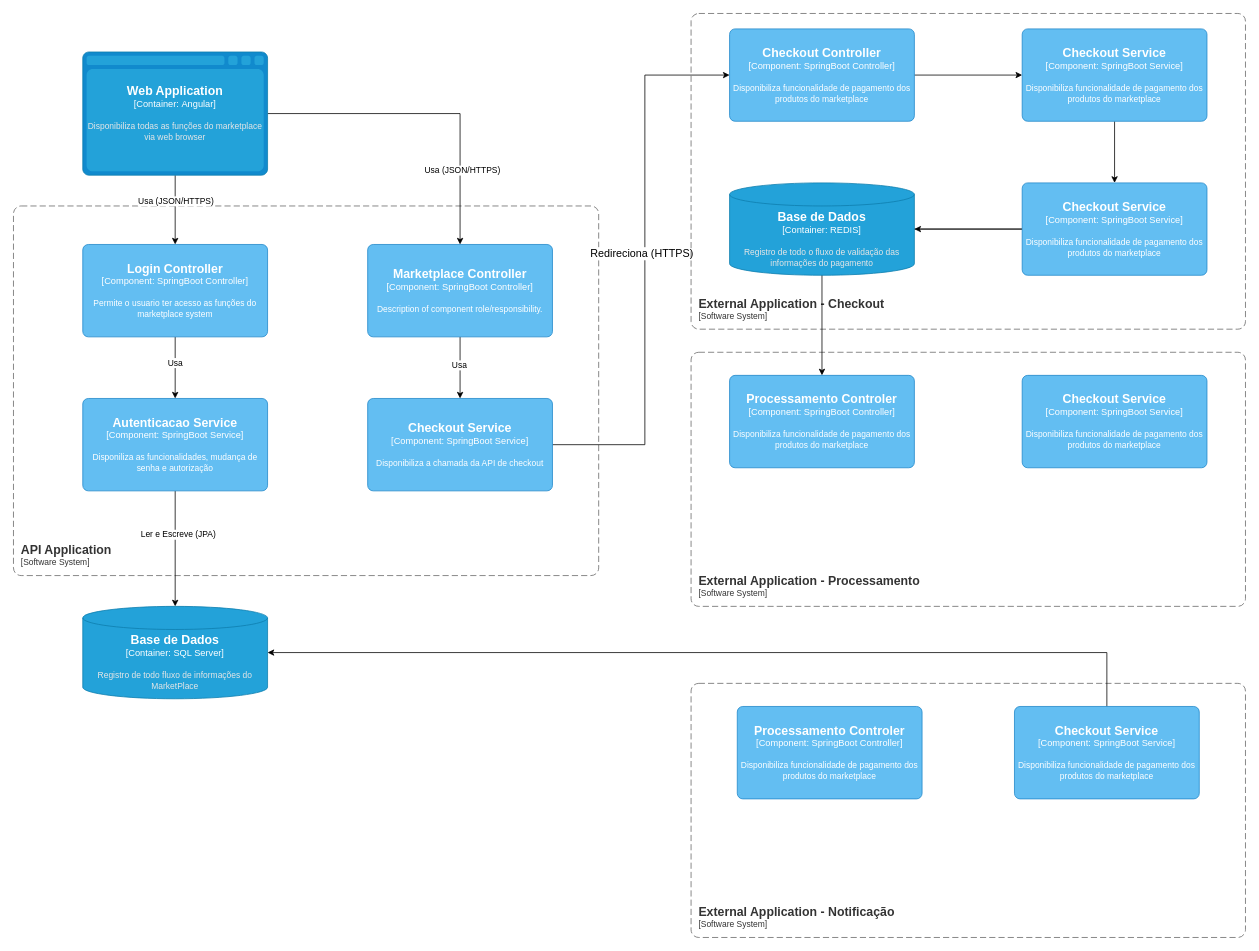
Before: page "Diagrama de Componentes" (3 of 3) of Modelo C4 - Arch.drawio in JohnPitter/desafio-desenvolvedor, a draw.io diagram. Source tidied: cells renumbered, new cells numbered last; positions are measured from the earlier drawing's top-left corner, leaving out a move shared by most shapes. Both pictures are drawn from the tidied source at 77%, with x=0, y=0 at pixel (13, 13).
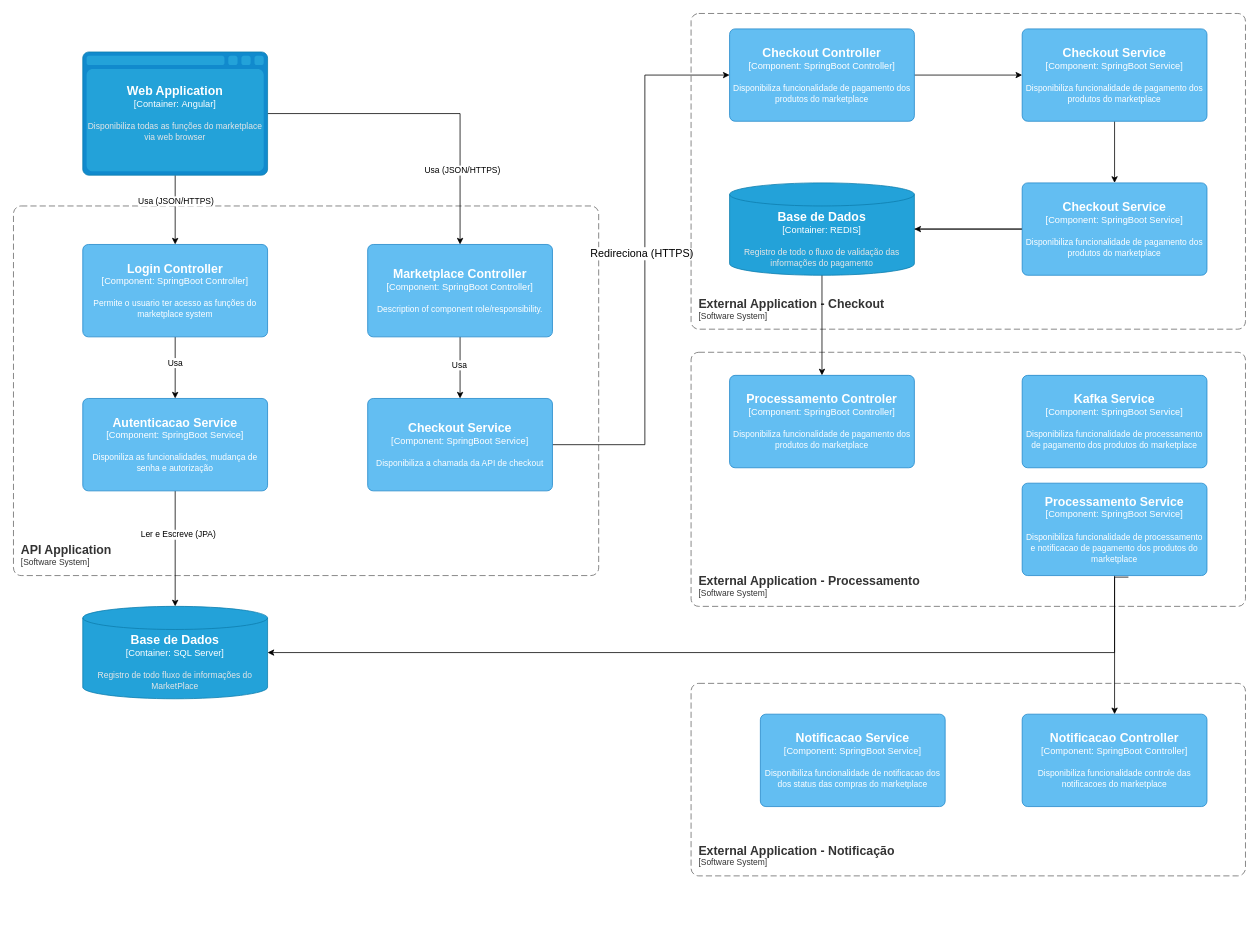
The same diagram, later.

Unchanged cells that the change refers to:
```xml
<object id="20" label="&lt;font style=&quot;font-size: 16px&quot;&gt;&lt;b&gt;%c4Type%&lt;/b&gt;&lt;/font&gt;&lt;div&gt;[%c4Container%:&amp;nbsp;%c4Technology%]&lt;/div&gt;&lt;br&gt;&lt;div&gt;&lt;font style=&quot;font-size: 11px&quot;&gt;&lt;font color=&quot;#E6E6E6&quot;&gt;%c4Description%&lt;/font&gt;&lt;/div&gt;" c4Container="Container" c4Description="Registro de todo fluxo de informações do MarketPlace" c4Technology="SQL Server" c4Type="Base de Dados" placeholders="1">
  <mxCell style="shape=cylinder3;size=15;whiteSpace=wrap;html=1;boundedLbl=1;rounded=0;labelBackgroundColor=none;fillColor=#23A2D9;fontSize=12;fontColor=#ffffff;align=center;strokeColor=#0E7DAD;points=[[0.5,0,0],[1,0.25,0],[1,0.5,0],[1,0.75,0],[0.5,1,0],[0,0.75,0],[0,0.5,0],[0,0.25,0]];" parent="1" vertex="1">
    <mxGeometry x="90" y="770" width="240" height="120" as="geometry" />
  </mxCell>
</object>
```

The edit, as a diff of the source:
```diff
@@
     <object id="25" label="&lt;font style=&quot;font-size: 16px&quot;&gt;&lt;b&gt;&lt;div style=&quot;text-align: left&quot;&gt;%c4Name%&lt;/div&gt;&lt;/b&gt;&lt;/font&gt;&lt;div style=&quot;text-align: left&quot;&gt;[%c4Application%]&lt;/div&gt;" c4Application="Software System" c4Name="External Application - Notificação" placeholders="1">
       <mxCell style="rounded=1;fontSize=11;whiteSpace=wrap;html=1;dashed=1;arcSize=20;fillColor=none;strokeColor=#666666;fontColor=#333333;labelBackgroundColor=none;align=left;verticalAlign=bottom;labelBorderColor=none;spacingTop=0;spacing=10;dashPattern=8 4;perimeter=rectanglePerimeter;noLabel=0;labelPadding=0;absoluteArcSize=1;" parent="1" vertex="1">
-        <mxGeometry x="880" y="870" width="720" height="330" as="geometry" />
+        <mxGeometry x="880" y="870" width="720" height="250" as="geometry" />
       </mxCell>
     </object>
@@
-    <object id="33" label="&lt;font style=&quot;font-size: 16px&quot;&gt;&lt;b&gt;%c4Name%&lt;/b&gt;&lt;/font&gt;&lt;div&gt;[%c4Type%: %c4Technology%]&lt;/div&gt;&lt;br&gt;&lt;div&gt;&lt;font style=&quot;font-size: 11px&quot;&gt;%c4Description%&lt;/font&gt;&lt;/div&gt;" c4Description="Disponibiliza funcionalidade de pagamento dos produtos do marketplace" c4Name="Checkout Service" c4Technology="SpringBoot Service" c4Type="Component" placeholders="1">
+    <object id="33" label="&lt;font style=&quot;font-size: 16px&quot;&gt;&lt;b&gt;%c4Name%&lt;/b&gt;&lt;/font&gt;&lt;div&gt;[%c4Type%: %c4Technology%]&lt;/div&gt;&lt;br&gt;&lt;div&gt;&lt;font style=&quot;font-size: 11px&quot;&gt;%c4Description%&lt;/font&gt;&lt;/div&gt;" c4Description="Disponibiliza funcionalidade de processamento de pagamento dos produtos do marketplace" c4Name="Kafka Service" c4Technology="SpringBoot Service" c4Type="Component" placeholders="1">
       <mxCell style="rounded=1;whiteSpace=wrap;html=1;labelBackgroundColor=none;fillColor=#63BEF2;fontColor=#ffffff;align=center;arcSize=6;strokeColor=#2086C9;" parent="1" vertex="1">
         <mxGeometry x="1310" y="470" width="240" height="120" as="geometry" />
       </mxCell>
     </object>
-    <object id="34" label="&lt;font style=&quot;font-size: 16px&quot;&gt;&lt;b&gt;%c4Name%&lt;/b&gt;&lt;/font&gt;&lt;div&gt;[%c4Type%: %c4Technology%]&lt;/div&gt;&lt;br&gt;&lt;div&gt;&lt;font style=&quot;font-size: 11px&quot;&gt;%c4Description%&lt;/font&gt;&lt;/div&gt;" c4Description="Disponibiliza funcionalidade de pagamento dos produtos do marketplace" c4Name="Processamento Controler" c4Technology="SpringBoot Controller" c4Type="Component" placeholders="1">
+    <object id="34" label="&lt;font style=&quot;font-size: 16px&quot;&gt;&lt;b&gt;%c4Name%&lt;/b&gt;&lt;/font&gt;&lt;div&gt;[%c4Type%: %c4Technology%]&lt;/div&gt;&lt;br&gt;&lt;div&gt;&lt;font style=&quot;font-size: 11px&quot;&gt;%c4Description%&lt;/font&gt;&lt;/div&gt;" c4Description="Disponibiliza funcionalidade controle das notificacoes do marketplace" c4Name="Notificacao Controller" c4Technology="SpringBoot Controller" c4Type="Component" placeholders="1">
       <mxCell style="rounded=1;whiteSpace=wrap;html=1;labelBackgroundColor=none;fillColor=#63BEF2;fontColor=#ffffff;align=center;arcSize=6;strokeColor=#2086C9;points=[[0.25,0,0],[0.5,0,0],[0.75,0,0],[1,0.25,0],[1,0.5,0],[1,0.75,0],[0.75,1,0],[0.5,1,0],[0.25,1,0],[0,0.75,0],[0,0.5,0],[0,0.25,0]];" parent="1" vertex="1">
-        <mxGeometry x="940" y="900" width="240" height="120" as="geometry" />
+        <mxGeometry x="1310" y="910" width="240" height="120" as="geometry" />
       </mxCell>
     </object>
-    <mxCell id="35" style="edgeStyle=orthogonalEdgeStyle;rounded=0;jettySize=auto;html=1;" parent="1" edge="1" source="36" target="20">
-      <mxGeometry relative="1" as="geometry">
-        <Array as="points">
-          <mxPoint x="1420" y="830" />
-        </Array>
-      </mxGeometry>
-    </mxCell>
-    <object id="36" label="&lt;font style=&quot;font-size: 16px&quot;&gt;&lt;b&gt;%c4Name%&lt;/b&gt;&lt;/font&gt;&lt;div&gt;[%c4Type%: %c4Technology%]&lt;/div&gt;&lt;br&gt;&lt;div&gt;&lt;font style=&quot;font-size: 11px&quot;&gt;%c4Description%&lt;/font&gt;&lt;/div&gt;" c4Description="Disponibiliza funcionalidade de pagamento dos produtos do marketplace" c4Name="Checkout Service" c4Technology="SpringBoot Service" c4Type="Component" placeholders="1">
+    <object id="36" label="&lt;font style=&quot;font-size: 16px&quot;&gt;&lt;b&gt;%c4Name%&lt;/b&gt;&lt;/font&gt;&lt;div&gt;[%c4Type%: %c4Technology%]&lt;/div&gt;&lt;br&gt;&lt;div&gt;&lt;font style=&quot;font-size: 11px&quot;&gt;%c4Description%&lt;/font&gt;&lt;/div&gt;" c4Description="Disponibiliza funcionalidade de notificacao dos dos status das compras do marketplace" c4Name="Notificacao Service" c4Technology="SpringBoot Service" c4Type="Component" placeholders="1">
       <mxCell style="rounded=1;whiteSpace=wrap;html=1;labelBackgroundColor=none;fillColor=#63BEF2;fontColor=#ffffff;align=center;arcSize=6;strokeColor=#2086C9;points=[[0.25,0,0],[0.5,0,0],[0.75,0,0],[1,0.25,0],[1,0.5,0],[1,0.75,0],[0.75,1,0],[0.5,1,0],[0.25,1,0],[0,0.75,0],[0,0.5,0],[0,0.25,0]];" parent="1" vertex="1">
-        <mxGeometry x="1300" y="900" width="240" height="120" as="geometry" />
+        <mxGeometry x="970" y="910" width="240" height="120" as="geometry" />
       </mxCell>
     </object>
+    <mxCell id="37" style="edgeStyle=orthogonalEdgeStyle;rounded=0;jettySize=auto;html=1;" parent="1" edge="1" source="38" target="34">
+      <mxGeometry relative="1" as="geometry" />
+    </mxCell>
+    <object id="38" label="&lt;font style=&quot;font-size: 16px&quot;&gt;&lt;b&gt;%c4Name%&lt;/b&gt;&lt;/font&gt;&lt;div&gt;[%c4Type%: %c4Technology%]&lt;/div&gt;&lt;br&gt;&lt;div&gt;&lt;font style=&quot;font-size: 11px&quot;&gt;%c4Description%&lt;/font&gt;&lt;/div&gt;" c4Description="Disponibiliza funcionalidade de processamento e notificacao de pagamento dos produtos do marketplace" c4Name="Processamento Service" c4Technology="SpringBoot Service" c4Type="Component" placeholders="1">
+      <mxCell style="rounded=1;whiteSpace=wrap;html=1;labelBackgroundColor=none;fillColor=#63BEF2;fontColor=#ffffff;align=center;arcSize=6;strokeColor=#2086C9;points=[[0.25,0,0],[0.5,0,0],[0.75,0,0],[1,0.25,0],[1,0.5,0],[1,0.75,0],[0.75,1,0],[0.5,1,0],[0.25,1,0],[0,0.75,0],[0,0.5,0],[0,0.25,0]];" parent="1" vertex="1">
+        <mxGeometry x="1310" y="610" width="240" height="120" as="geometry" />
+      </mxCell>
+    </object>
+    <mxCell id="39" style="edgeStyle=orthogonalEdgeStyle;rounded=0;jettySize=auto;html=1;exitX=0.5;exitY=1;exitDx=0;exitDy=0;exitPerimeter=0;entryX=1;entryY=0.5;entryDx=0;entryDy=0;entryPerimeter=0;" parent="1" edge="1" target="20">
+      <mxGeometry relative="1" as="geometry">
+        <mxPoint x="1448" y="732" as="sourcePoint" />
+        <Array as="points">
+          <mxPoint x="1430" y="732" />
+          <mxPoint x="1430" y="830" />
+        </Array>
+      </mxGeometry>
+    </mxCell>
```
